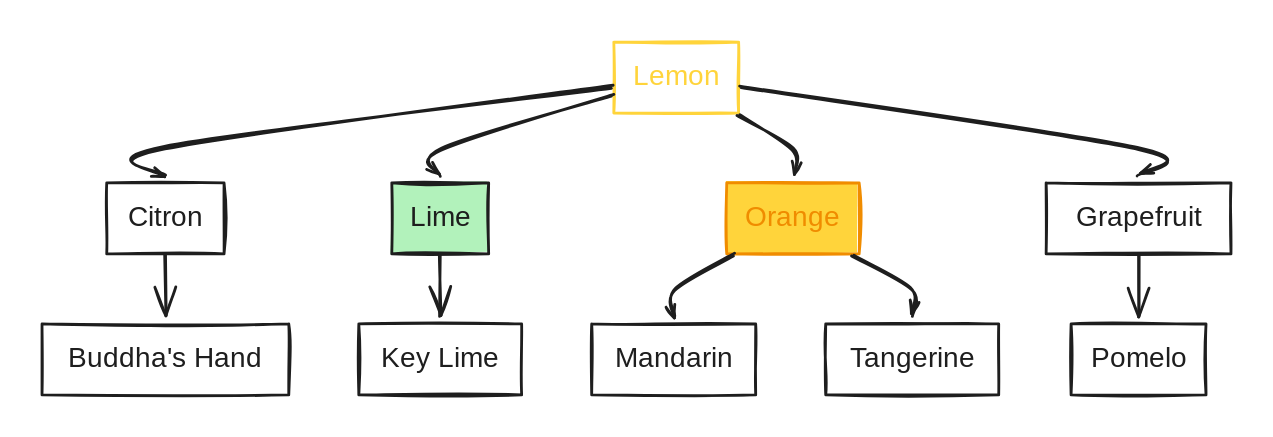
The Excalidraw diagram .gitbook/assets/file.excalidraw (1).svg in aikoii/testrepoGitBook, before a commit. Source tidied: one line per element, renumbered; positions are measured from the earlier drawing's top-left corner, leaving out a move shared by most shapes.
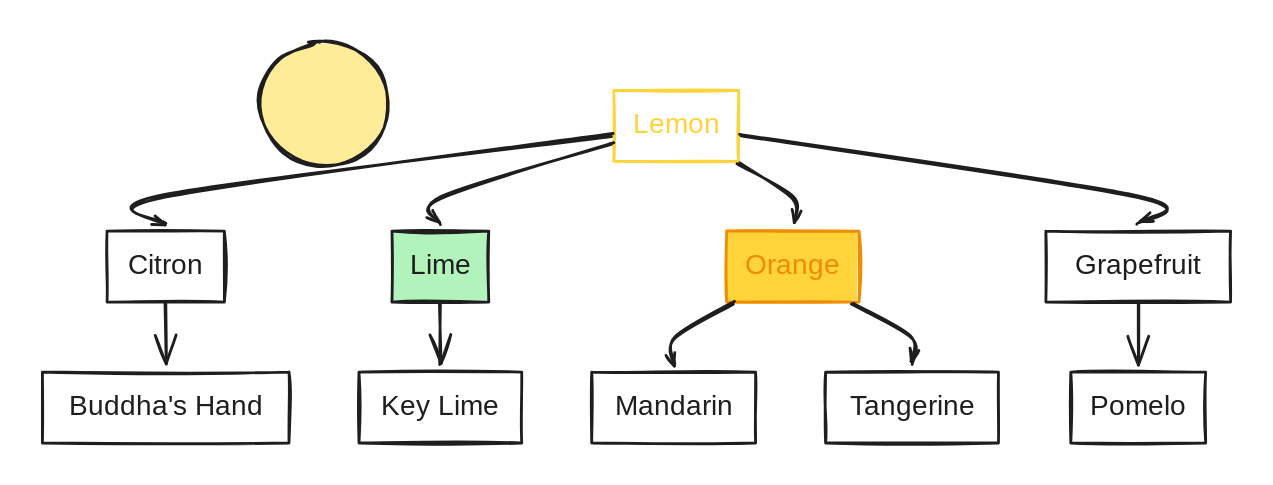
The same file after the commit.

What changed in the source:
```diff
@@ -27,3 +27,4 @@
 {"id": 26, "type": "text", "text": "Mandarin", "strokeColor": "#1e1e1e", "strokeWidth": 2, "roughness": 1, "fontSize": 20, "fontFamily": 1, "textAlign": "center", "verticalAlign": "middle", "inside": 7, "x": 409, "y": 214, "width": 85, "height": 25}
 {"id": 27, "type": "text", "text": "Tangerine", "strokeColor": "#1e1e1e", "strokeWidth": 2, "roughness": 1, "fontSize": 20, "fontFamily": 1, "textAlign": "center", "verticalAlign": "middle", "inside": 8, "x": 575, "y": 214, "width": 93, "height": 25}
 {"id": 28, "type": "text", "text": "Pomelo", "strokeColor": "#1e1e1e", "strokeWidth": 2, "roughness": 1, "fontSize": 20, "fontFamily": 1, "textAlign": "center", "verticalAlign": "middle", "inside": 9, "x": 751, "y": 214, "width": 64, "height": 25}
+{"id": 29, "type": "ellipse", "strokeColor": "#1e1e1e", "backgroundColor": "#ffec99", "fillStyle": "solid", "strokeWidth": 2, "roughness": 1, "round": true, "x": 155, "y": -35, "width": 93, "height": 89}
```
